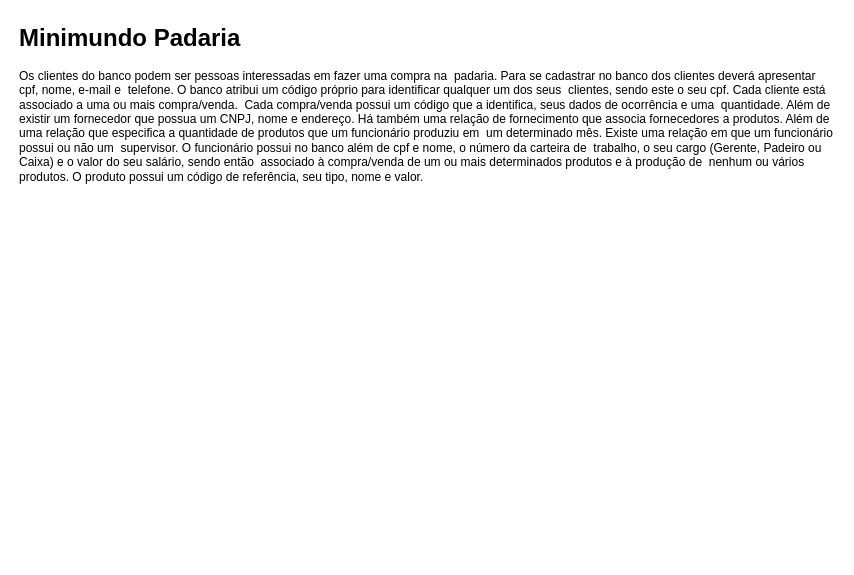
Earlier version of the draw.io diagram MER_Padaria.drawio (Jojo-Gui/gestao_padaria_BI). Source tidied: cells renumbered, new cells numbered last; positions are measured from the earlier drawing's top-left corner, leaving out a move shared by most shapes. Both pictures are drawn from the tidied source at 100%, with x=0, y=0 at pixel (17, 17).
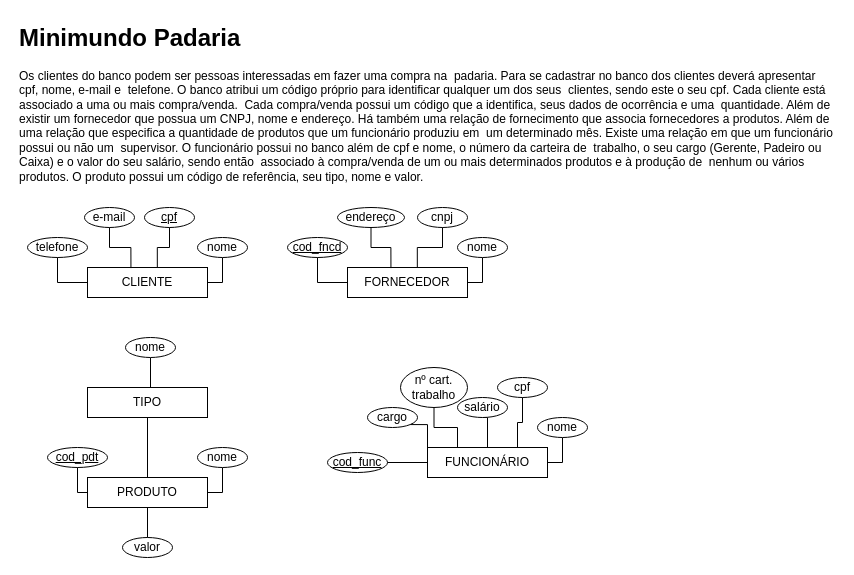
The same page after the edit.

Change to the diagram source:
```diff
@@
+    <mxCell id="3" value="CLIENTE" style="rounded=0;whiteSpace=wrap;html=1;" parent="1" vertex="1">
+      <mxGeometry x="70" y="250" width="120" height="30" as="geometry" />
+    </mxCell>
+    <mxCell id="4" value="&lt;u&gt;cpf&lt;/u&gt;" style="ellipse;whiteSpace=wrap;html=1;" parent="1" vertex="1">
+      <mxGeometry x="127" y="190" width="50" height="20" as="geometry" />
+    </mxCell>
+    <mxCell id="5" style="edgeStyle=orthogonalEdgeStyle;rounded=0;jettySize=auto;html=1;exitX=0.5;exitY=1;exitDx=0;exitDy=0;entryX=1;entryY=0.5;entryDx=0;entryDy=0;endArrow=none;startFill=0;" parent="1" edge="1" source="6" target="3">
+      <mxGeometry relative="1" as="geometry">
+        <Array as="points">
+          <mxPoint x="205" y="265" />
+        </Array>
+      </mxGeometry>
+    </mxCell>
+    <mxCell id="6" value="nome" style="ellipse;whiteSpace=wrap;html=1;" parent="1" vertex="1">
+      <mxGeometry x="180" y="220" width="50" height="20" as="geometry" />
+    </mxCell>
+    <mxCell id="7" value="e-mail" style="ellipse;whiteSpace=wrap;html=1;" parent="1" vertex="1">
+      <mxGeometry x="67" y="190" width="50" height="20" as="geometry" />
+    </mxCell>
+    <mxCell id="8" value="telefone" style="ellipse;whiteSpace=wrap;html=1;" parent="1" vertex="1">
+      <mxGeometry x="10" y="220" width="60" height="20" as="geometry" />
+    </mxCell>
+    <mxCell id="9" style="edgeStyle=orthogonalEdgeStyle;rounded=0;jettySize=auto;html=1;exitX=0.5;exitY=1;exitDx=0;exitDy=0;entryX=0;entryY=0.5;entryDx=0;entryDy=0;endArrow=none;startFill=0;" parent="1" edge="1" source="8" target="3">
+      <mxGeometry relative="1" as="geometry">
+        <Array as="points">
+          <mxPoint x="40" y="265" />
+        </Array>
+      </mxGeometry>
+    </mxCell>
+    <mxCell id="10" style="edgeStyle=orthogonalEdgeStyle;rounded=0;jettySize=auto;html=1;exitX=0.5;exitY=1;exitDx=0;exitDy=0;entryX=0.362;entryY=0.02;entryDx=0;entryDy=0;entryPerimeter=0;endArrow=none;startFill=0;" parent="1" edge="1" source="7" target="3">
+      <mxGeometry relative="1" as="geometry" />
+    </mxCell>
+    <mxCell id="11" style="edgeStyle=orthogonalEdgeStyle;rounded=0;jettySize=auto;html=1;exitX=0.5;exitY=1;exitDx=0;exitDy=0;entryX=0.582;entryY=0.007;entryDx=0;entryDy=0;entryPerimeter=0;endArrow=none;startFill=0;" parent="1" edge="1" source="4" target="3">
+      <mxGeometry relative="1" as="geometry" />
+    </mxCell>
+    <mxCell id="12" value="FORNECEDOR" style="rounded=0;whiteSpace=wrap;html=1;" parent="1" vertex="1">
+      <mxGeometry x="330" y="250" width="120" height="30" as="geometry" />
+    </mxCell>
+    <mxCell id="13" value="cnpj" style="ellipse;whiteSpace=wrap;html=1;" parent="1" vertex="1">
+      <mxGeometry x="400" y="190" width="50" height="20" as="geometry" />
+    </mxCell>
+    <mxCell id="14" style="edgeStyle=orthogonalEdgeStyle;rounded=0;jettySize=auto;html=1;exitX=0.5;exitY=1;exitDx=0;exitDy=0;entryX=1;entryY=0.5;entryDx=0;entryDy=0;endArrow=none;startFill=0;" parent="1" edge="1" source="15" target="12">
+      <mxGeometry relative="1" as="geometry">
+        <Array as="points">
+          <mxPoint x="465" y="265" />
+        </Array>
+      </mxGeometry>
+    </mxCell>
+    <mxCell id="15" value="nome" style="ellipse;whiteSpace=wrap;html=1;" parent="1" vertex="1">
+      <mxGeometry x="440" y="220" width="50" height="20" as="geometry" />
+    </mxCell>
+    <mxCell id="16" value="endereço" style="ellipse;whiteSpace=wrap;html=1;" parent="1" vertex="1">
+      <mxGeometry x="320" y="190" width="67" height="20" as="geometry" />
+    </mxCell>
+    <mxCell id="17" value="&lt;u&gt;cod_fncd&lt;/u&gt;" style="ellipse;whiteSpace=wrap;html=1;" parent="1" vertex="1">
+      <mxGeometry x="270" y="220" width="60" height="20" as="geometry" />
+    </mxCell>
+    <mxCell id="18" style="edgeStyle=orthogonalEdgeStyle;rounded=0;jettySize=auto;html=1;exitX=0.5;exitY=1;exitDx=0;exitDy=0;entryX=0;entryY=0.5;entryDx=0;entryDy=0;endArrow=none;startFill=0;" parent="1" edge="1" source="17" target="12">
+      <mxGeometry relative="1" as="geometry">
+        <Array as="points">
+          <mxPoint x="300" y="265" />
+        </Array>
+      </mxGeometry>
+    </mxCell>
+    <mxCell id="19" style="edgeStyle=orthogonalEdgeStyle;rounded=0;jettySize=auto;html=1;exitX=0.5;exitY=1;exitDx=0;exitDy=0;entryX=0.362;entryY=0.02;entryDx=0;entryDy=0;entryPerimeter=0;endArrow=none;startFill=0;" parent="1" edge="1" source="16" target="12">
+      <mxGeometry relative="1" as="geometry" />
+    </mxCell>
+    <mxCell id="20" style="edgeStyle=orthogonalEdgeStyle;rounded=0;jettySize=auto;html=1;exitX=0.5;exitY=1;exitDx=0;exitDy=0;entryX=0.582;entryY=0.007;entryDx=0;entryDy=0;entryPerimeter=0;endArrow=none;startFill=0;" parent="1" edge="1" source="13" target="12">
+      <mxGeometry relative="1" as="geometry" />
+    </mxCell>
+    <mxCell id="21" style="edgeStyle=orthogonalEdgeStyle;rounded=0;jettySize=auto;html=1;exitX=0.5;exitY=0;exitDx=0;exitDy=0;entryX=0.5;entryY=1;entryDx=0;entryDy=0;endArrow=none;startFill=0;" parent="1" edge="1" source="22" target="29">
+      <mxGeometry relative="1" as="geometry" />
+    </mxCell>
+    <mxCell id="22" value="PRODUTO" style="rounded=0;whiteSpace=wrap;html=1;" parent="1" vertex="1">
+      <mxGeometry x="70" y="460" width="120" height="30" as="geometry" />
+    </mxCell>
+    <mxCell id="23" value="valor" style="ellipse;whiteSpace=wrap;html=1;" parent="1" vertex="1">
+      <mxGeometry x="105" y="520" width="50" height="20" as="geometry" />
+    </mxCell>
+    <mxCell id="24" style="edgeStyle=orthogonalEdgeStyle;rounded=0;jettySize=auto;html=1;exitX=0.5;exitY=1;exitDx=0;exitDy=0;entryX=1;entryY=0.5;entryDx=0;entryDy=0;endArrow=none;startFill=0;" parent="1" edge="1" source="25" target="22">
+      <mxGeometry relative="1" as="geometry">
+        <Array as="points">
+          <mxPoint x="205" y="475" />
+        </Array>
+      </mxGeometry>
+    </mxCell>
+    <mxCell id="25" value="nome" style="ellipse;whiteSpace=wrap;html=1;" parent="1" vertex="1">
+      <mxGeometry x="180" y="430" width="50" height="20" as="geometry" />
+    </mxCell>
+    <mxCell id="26" value="&lt;u&gt;cod_pdt&lt;/u&gt;" style="ellipse;whiteSpace=wrap;html=1;" parent="1" vertex="1">
+      <mxGeometry x="30" y="430" width="60" height="20" as="geometry" />
+    </mxCell>
+    <mxCell id="27" style="edgeStyle=orthogonalEdgeStyle;rounded=0;jettySize=auto;html=1;exitX=0.5;exitY=1;exitDx=0;exitDy=0;entryX=0;entryY=0.5;entryDx=0;entryDy=0;endArrow=none;startFill=0;" parent="1" edge="1" source="26" target="22">
+      <mxGeometry relative="1" as="geometry">
+        <Array as="points">
+          <mxPoint x="60" y="475" />
+        </Array>
+      </mxGeometry>
+    </mxCell>
+    <mxCell id="28" style="edgeStyle=orthogonalEdgeStyle;rounded=0;jettySize=auto;html=1;exitX=0.5;exitY=0;exitDx=0;exitDy=0;entryX=0.5;entryY=1;entryDx=0;entryDy=0;endArrow=none;startFill=0;" parent="1" edge="1" source="23" target="22">
+      <mxGeometry relative="1" as="geometry" />
+    </mxCell>
+    <mxCell id="29" value="TIPO" style="rounded=0;whiteSpace=wrap;html=1;" parent="1" vertex="1">
+      <mxGeometry x="70" y="370" width="120" height="30" as="geometry" />
+    </mxCell>
+    <mxCell id="30" style="edgeStyle=orthogonalEdgeStyle;rounded=0;jettySize=auto;html=1;exitX=0.5;exitY=1;exitDx=0;exitDy=0;entryX=0.5;entryY=0;entryDx=0;entryDy=0;endArrow=none;startFill=0;" parent="1" edge="1" source="31" target="29">
+      <mxGeometry relative="1" as="geometry">
+        <Array as="points">
+          <mxPoint x="133" y="370" />
+          <mxPoint x="133" y="370" />
+        </Array>
+      </mxGeometry>
+    </mxCell>
+    <mxCell id="31" value="nome" style="ellipse;whiteSpace=wrap;html=1;" parent="1" vertex="1">
+      <mxGeometry x="108" y="320" width="50" height="20" as="geometry" />
+    </mxCell>
+    <mxCell id="32" value="FUNCIONÁRIO" style="rounded=0;whiteSpace=wrap;html=1;" parent="1" vertex="1">
+      <mxGeometry x="410" y="430" width="120" height="30" as="geometry" />
+    </mxCell>
+    <mxCell id="33" value="cpf" style="ellipse;whiteSpace=wrap;html=1;" parent="1" vertex="1">
+      <mxGeometry x="480" y="360" width="50" height="20" as="geometry" />
+    </mxCell>
+    <mxCell id="34" style="edgeStyle=orthogonalEdgeStyle;rounded=0;jettySize=auto;html=1;exitX=0.5;exitY=1;exitDx=0;exitDy=0;entryX=1;entryY=0.5;entryDx=0;entryDy=0;endArrow=none;startFill=0;" parent="1" edge="1" source="35" target="32">
+      <mxGeometry relative="1" as="geometry">
+        <Array as="points">
+          <mxPoint x="545" y="445" />
+        </Array>
+      </mxGeometry>
+    </mxCell>
+    <mxCell id="35" value="nome" style="ellipse;whiteSpace=wrap;html=1;" parent="1" vertex="1">
+      <mxGeometry x="520" y="400" width="50" height="20" as="geometry" />
+    </mxCell>
+    <mxCell id="36" style="edgeStyle=orthogonalEdgeStyle;rounded=0;jettySize=auto;html=1;exitX=0.5;exitY=1;exitDx=0;exitDy=0;entryX=0.25;entryY=0;entryDx=0;entryDy=0;startArrow=none;startFill=0;endArrow=none;" parent="1" edge="1" source="37" target="32">
+      <mxGeometry relative="1" as="geometry" />
+    </mxCell>
+    <mxCell id="37" value="nº cart. trabalho" style="ellipse;whiteSpace=wrap;html=1;" parent="1" vertex="1">
+      <mxGeometry x="383" y="350" width="67" height="40" as="geometry" />
+    </mxCell>
+    <mxCell id="38" value="&lt;u&gt;cod_func&lt;/u&gt;" style="ellipse;whiteSpace=wrap;html=1;" parent="1" vertex="1">
+      <mxGeometry x="310" y="435" width="60" height="20" as="geometry" />
+    </mxCell>
+    <mxCell id="39" style="edgeStyle=orthogonalEdgeStyle;rounded=0;jettySize=auto;html=1;exitX=1;exitY=0.5;exitDx=0;exitDy=0;entryX=0;entryY=0.5;entryDx=0;entryDy=0;endArrow=none;startFill=0;" parent="1" edge="1" source="38" target="32">
+      <mxGeometry relative="1" as="geometry" />
+    </mxCell>
+    <mxCell id="40" style="edgeStyle=orthogonalEdgeStyle;rounded=0;jettySize=auto;html=1;exitX=0.5;exitY=1;exitDx=0;exitDy=0;entryX=0.75;entryY=0;entryDx=0;entryDy=0;endArrow=none;startFill=0;" parent="1" edge="1" source="33" target="32">
+      <mxGeometry relative="1" as="geometry" />
+    </mxCell>
+    <mxCell id="41" style="edgeStyle=orthogonalEdgeStyle;rounded=0;jettySize=auto;html=1;exitX=1;exitY=1;exitDx=0;exitDy=0;entryX=0;entryY=0;entryDx=0;entryDy=0;endArrow=none;startFill=0;" parent="1" edge="1" source="42" target="32">
+      <mxGeometry relative="1" as="geometry" />
+    </mxCell>
+    <mxCell id="42" value="cargo" style="ellipse;whiteSpace=wrap;html=1;" parent="1" vertex="1">
+      <mxGeometry x="350" y="390" width="50" height="20" as="geometry" />
+    </mxCell>
+    <mxCell id="43" style="edgeStyle=orthogonalEdgeStyle;rounded=0;jettySize=auto;html=1;exitX=0.5;exitY=1;exitDx=0;exitDy=0;entryX=0.5;entryY=0;entryDx=0;entryDy=0;endArrow=none;startFill=0;" parent="1" edge="1" source="44" target="32">
+      <mxGeometry relative="1" as="geometry" />
+    </mxCell>
+    <mxCell id="44" value="salário" style="ellipse;whiteSpace=wrap;html=1;" parent="1" vertex="1">
+      <mxGeometry x="440" y="380" width="50" height="20" as="geometry" />
+    </mxCell>
```
